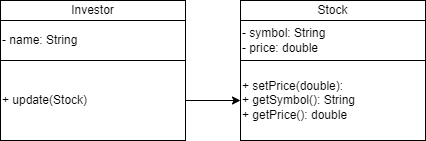
Before: Padrões de Projetos/src/observer/Anti/UML.drawio.png, a diagram exported from draw.io (Incivius/BERTOTI). Source tidied: cells renumbered, new cells last; positions are measured from the earlier drawing's top-left corner, leaving out a move shared by most shapes. Source of this version:
```xml
<mxGraphModel>
  <root>
    <mxCell id="0" />
    <mxCell id="1" parent="0" />
    <mxCell id="2" value="Investor" style="rounded=0;whiteSpace=wrap;html=1;" parent="1" vertex="1">
      <mxGeometry width="185" height="20" as="geometry" />
    </mxCell>
    <mxCell id="3" value="- name: String" style="rounded=0;whiteSpace=wrap;html=1;align=left;" parent="1" vertex="1">
      <mxGeometry y="20" width="185" height="40" as="geometry" />
    </mxCell>
    <mxCell id="4" style="edgeStyle=none;html=1;entryX=0;entryY=0.5;entryDx=0;entryDy=0;" parent="1" edge="1" source="5" target="8">
      <mxGeometry relative="1" as="geometry" />
    </mxCell>
    <mxCell id="5" value="+ update(Stock)" style="rounded=0;whiteSpace=wrap;html=1;align=left;" parent="1" vertex="1">
      <mxGeometry y="60" width="185" height="80" as="geometry" />
    </mxCell>
    <mxCell id="6" value="Stock" style="rounded=0;whiteSpace=wrap;html=1;" parent="1" vertex="1">
      <mxGeometry x="240" width="185" height="20" as="geometry" />
    </mxCell>
    <mxCell id="7" value="- symbol: String&lt;br&gt;- price: double" style="rounded=0;whiteSpace=wrap;html=1;align=left;" parent="1" vertex="1">
      <mxGeometry x="240" y="20" width="185" height="40" as="geometry" />
    </mxCell>
    <mxCell id="8" value="+ setPrice(double):&lt;br&gt;+ getSymbol(): String&lt;br&gt;+ getPrice(): double" style="rounded=0;whiteSpace=wrap;html=1;align=left;" parent="1" vertex="1">
      <mxGeometry x="240" y="60" width="185" height="80" as="geometry" />
    </mxCell>
  </root>
</mxGraphModel>
```
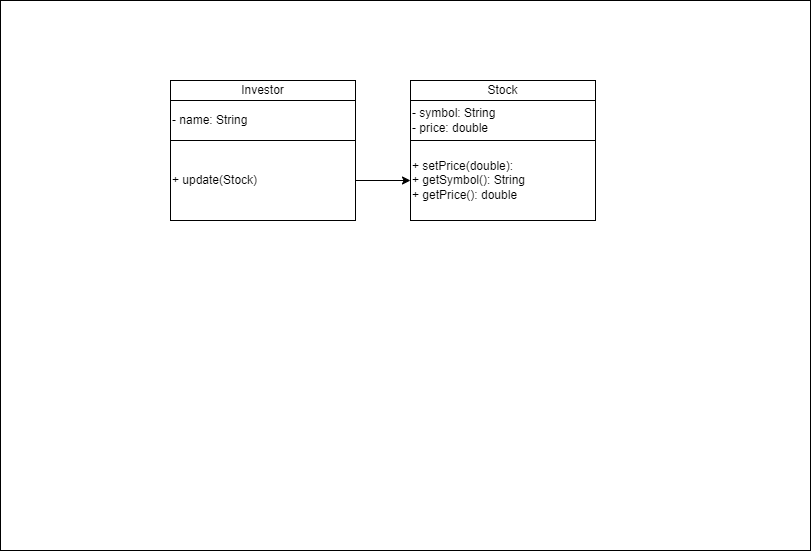
After the commit.

Change to the diagram source:
```diff
@@ -2,6 +2,9 @@
   <root>
     <mxCell id="0" />
     <mxCell id="1" parent="0" />
+    <mxCell id="9" style="rounded=0;whiteSpace=wrap;html=1;" parent="1" vertex="1">
+      <mxGeometry x="-170" y="-80" width="810" height="550" as="geometry" />
+    </mxCell>
     <mxCell id="2" value="Investor" style="rounded=0;whiteSpace=wrap;html=1;" parent="1" vertex="1">
       <mxGeometry width="185" height="20" as="geometry" />
     </mxCell>
```
